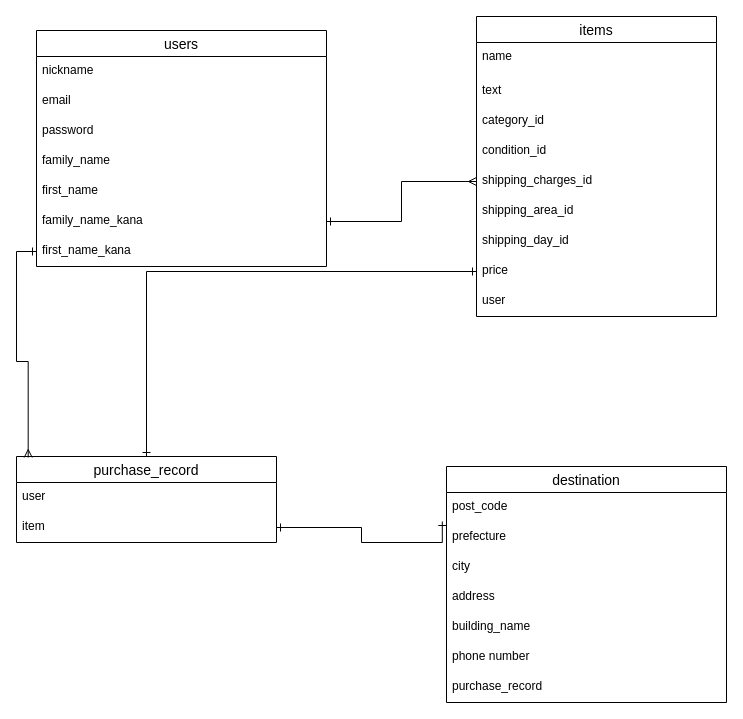
This is hurima.dio from Dessy-tom/furima-35674, a draw.io file, before an edit. Source tidied: cells renumbered, new cells numbered last; positions are measured from the earlier drawing's top-left corner, leaving out a move shared by most shapes. Both pictures are drawn from the tidied source at 100%, with x=0, y=0 at pixel (16, 16).
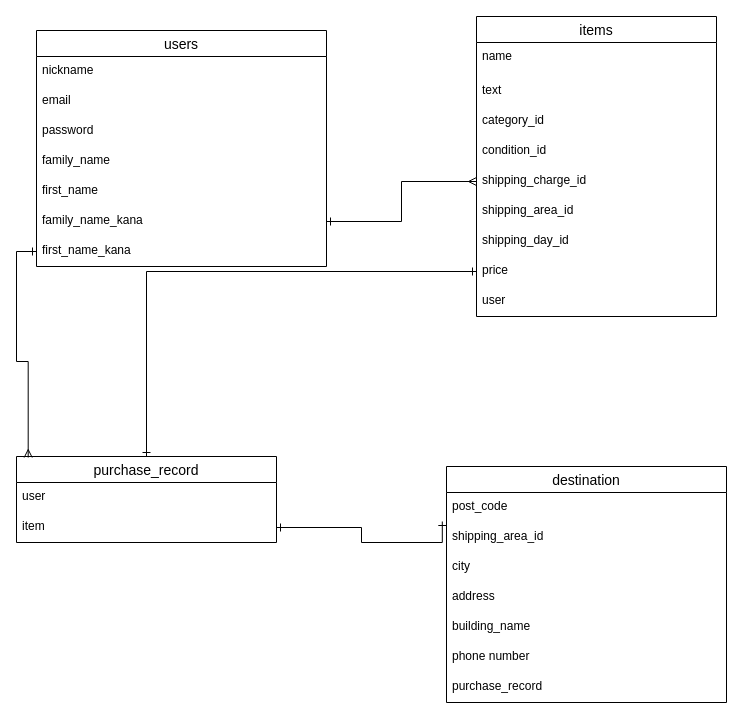
The same diagram, later.

The change refers to these unchanged cells:
```xml
<mxCell id="2" value="items" style="swimlane;fontStyle=0;horizontal=1;startSize=26;align=center;fontSize=14;" parent="1" vertex="1">
  <mxGeometry x="460" width="240" height="300" as="geometry" />
</mxCell>
<mxCell id="15" value="destination" style="swimlane;fontStyle=0;horizontal=1;startSize=26;align=center;fontSize=14;" parent="1" vertex="1">
  <mxGeometry x="430" y="450" width="280" height="236" as="geometry" />
</mxCell>
```

Diff of the diagram source:
```diff
@@
-    <mxCell id="7" value="shipping_charges_id" style="text;strokeColor=none;fillColor=none;spacingLeft=4;spacingRight=4;overflow=hidden;points=[[0,0.5],[1,0.5]];portConstraint=eastwest;fontSize=12;" parent="2" vertex="1">
+    <mxCell id="7" value="shipping_charge_id" style="text;strokeColor=none;fillColor=none;spacingLeft=4;spacingRight=4;overflow=hidden;points=[[0,0.5],[1,0.5]];portConstraint=eastwest;fontSize=12;" parent="2" vertex="1">
       <mxGeometry y="150" width="240" height="30" as="geometry" />
     </mxCell>
@@
-    <mxCell id="17" value="prefecture" style="text;strokeColor=none;fillColor=none;spacingLeft=4;spacingRight=4;overflow=hidden;fontSize=12;" parent="15" vertex="1">
+    <mxCell id="17" value="shipping_area_id" style="text;strokeColor=none;fillColor=none;spacingLeft=4;spacingRight=4;overflow=hidden;fontSize=12;" parent="15" vertex="1">
       <mxGeometry y="56" width="280" height="30" as="geometry" />
     </mxCell>
```
